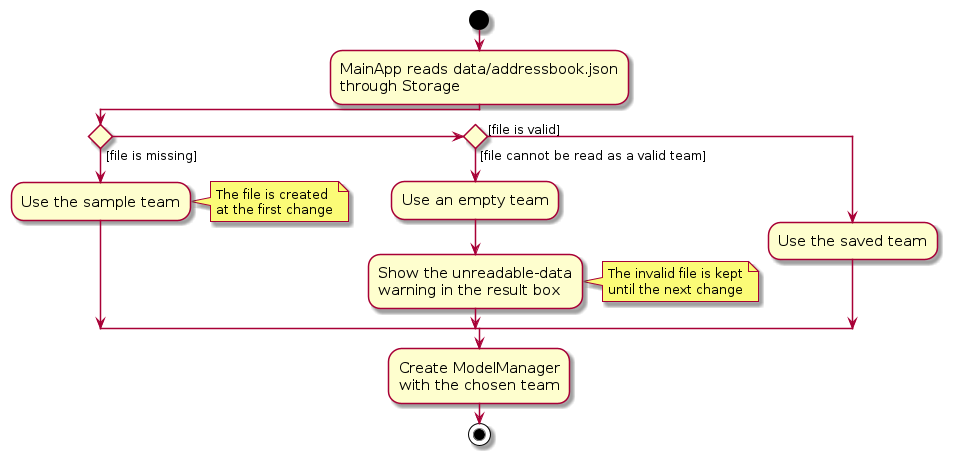
Above: diagrams/StorageLoadActivityDiagram.png in AY2627S1-CS2103T-W13-1/tp (PlantUML), before the change. Its source is kept beside it as diagrams/StorageLoadActivityDiagram.puml.
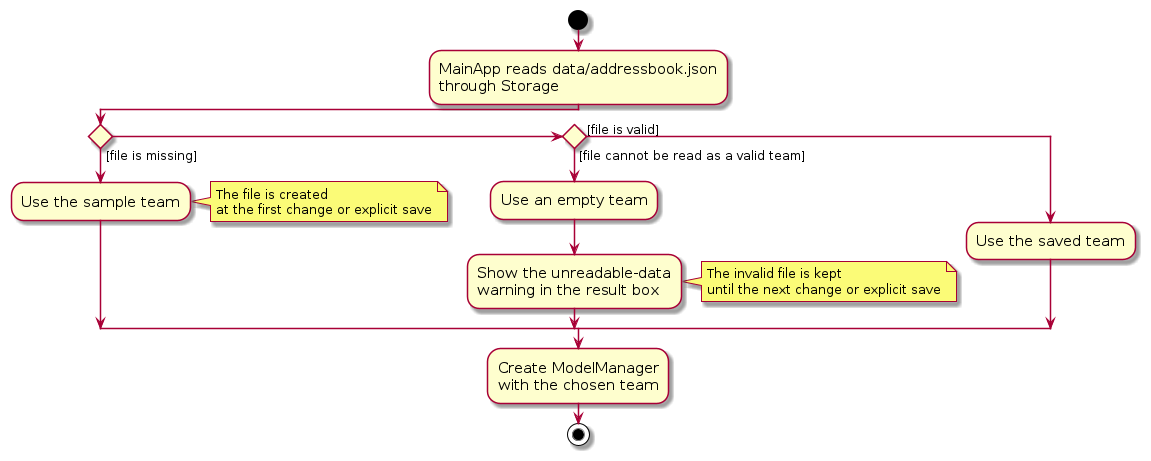
The same diagram one commit later.

What changed in the source:
```diff
@@ -7,12 +7,12 @@
 through Storage;
 if () then ([file is missing])
   :Use the sample team;
-  note right: The file is created\nat the first change
+  note right: The file is created\nat the first change or explicit save
 elseif () then ([file cannot be read as a valid team])
   :Use an empty team;
   :Show the unreadable-data
   warning in the result box;
-  note right: The invalid file is kept\nuntil the next change
+  note right: The invalid file is kept\nuntil the next change or explicit save
 else ([file is valid])
   :Use the saved team;
 endif
```
